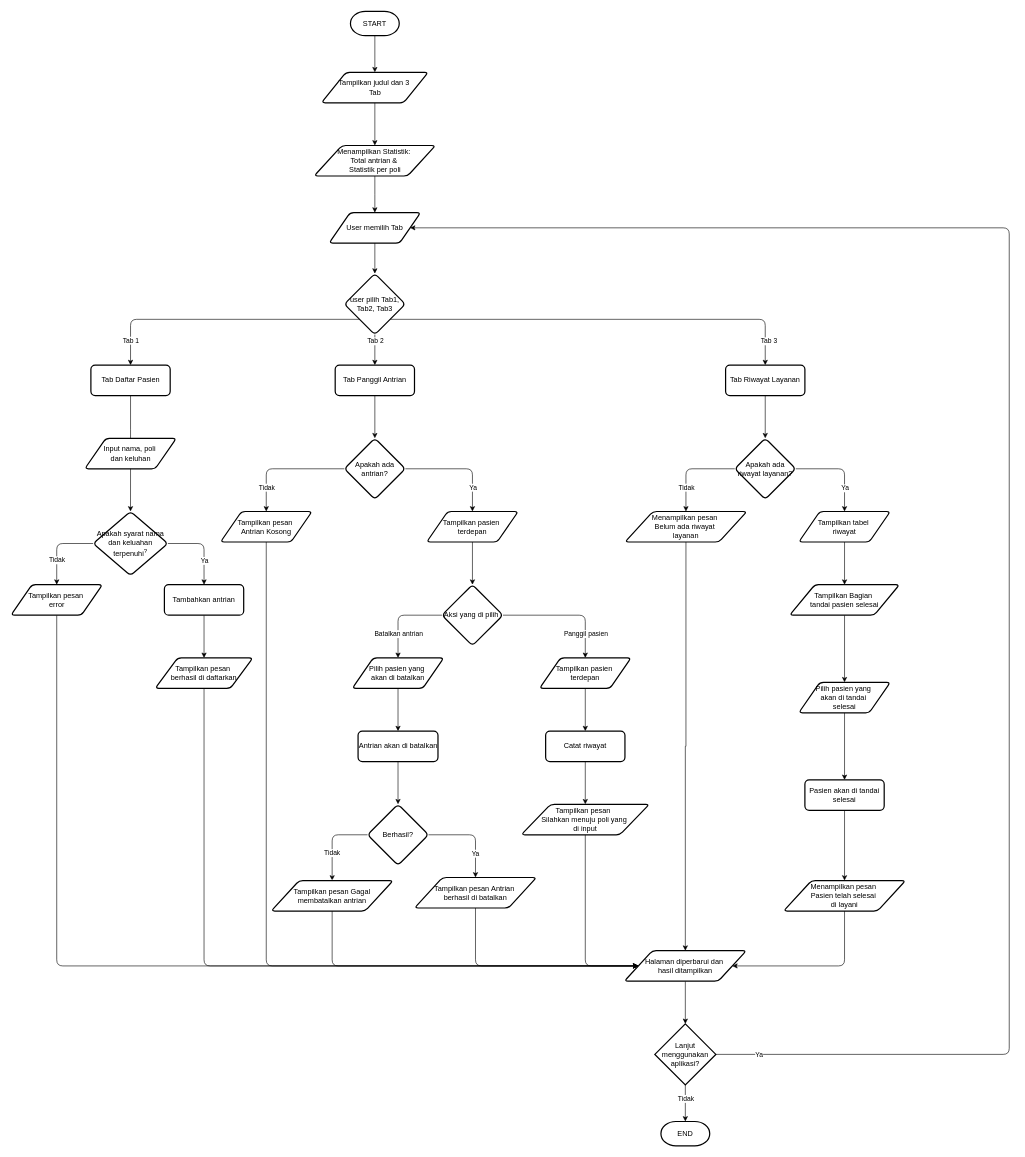
The draw.io diagram Flowchart app.drawio in Zaynn-SSS/Flowchart-Project-DASPRO, before the edit. Source tidied: cells renumbered, new cells numbered last; positions are measured from the earlier drawing's top-left corner, leaving out a move shared by most shapes. Both pictures are drawn from the tidied source at 61%, with x=0, y=0 at pixel (11, 11).
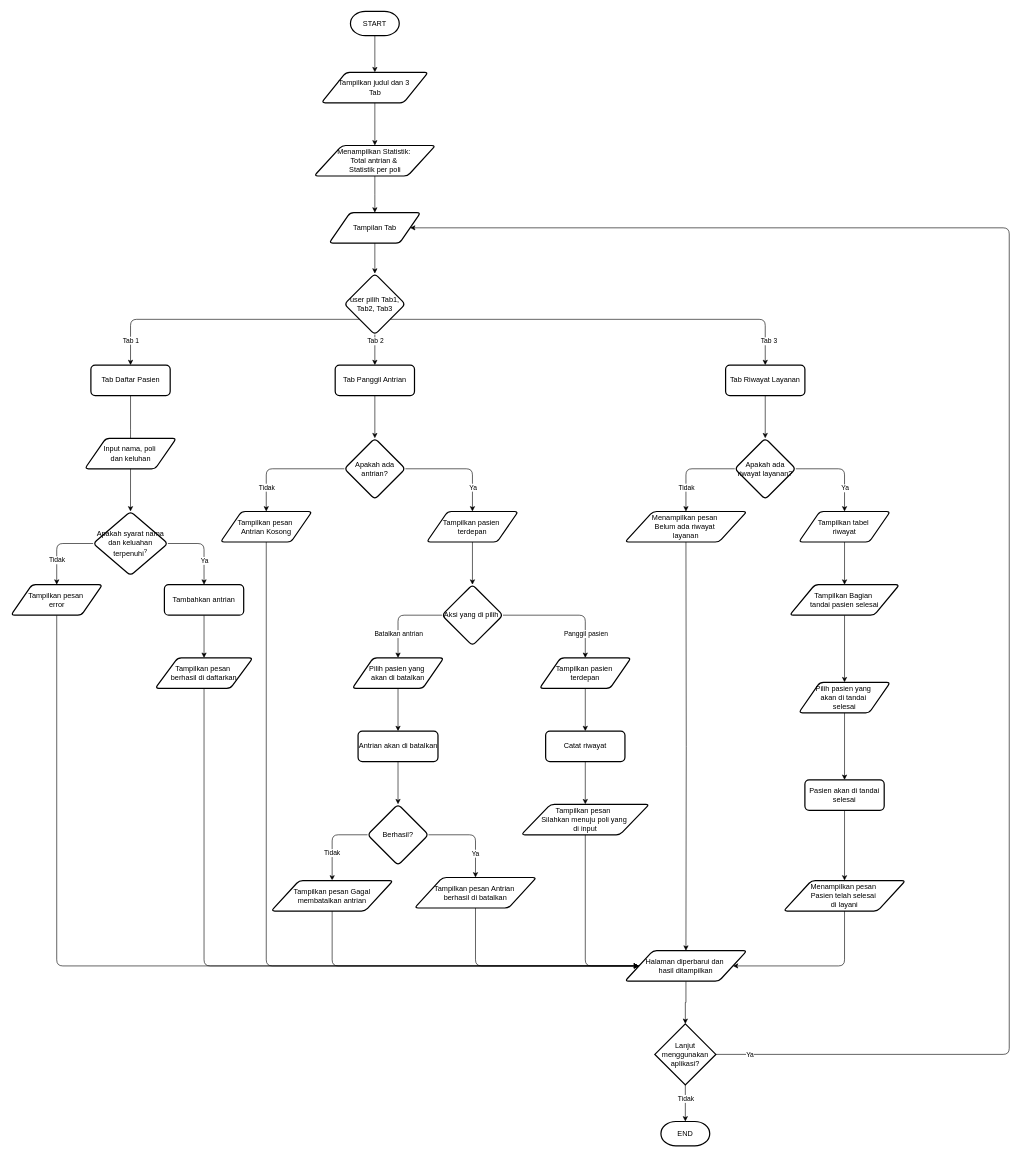
The same diagram, later.

Unchanged cells that the change refers to:
```xml
<mxCell id="79" value="Menampilkan pesan&amp;nbsp;&lt;div&gt;Belum ada riwayat&amp;nbsp;&lt;/div&gt;&lt;div&gt;layanan&lt;/div&gt;" style="shape=parallelogram;html=1;strokeWidth=2;perimeter=parallelogramPerimeter;whiteSpace=wrap;rounded=1;arcSize=12;size=0.23;" parent="1" vertex="1">
  <mxGeometry x="1006" y="820" width="200" height="50" as="geometry" />
</mxCell>
<mxCell id="82" style="edgeStyle=orthogonalEdgeStyle;rounded=1;jettySize=auto;html=1;exitX=1;exitY=0.5;exitDx=0;exitDy=0;exitPerimeter=0;entryX=1;entryY=0.5;entryDx=0;entryDy=0;defaultLabelBackgroundColor=page;curved=0;" parent="1" edge="1" source="81" target="93">
  <mxGeometry x="-0.07" relative="1" as="geometry">
    <Array as="points">
      <mxPoint x="1636" y="1710" />
      <mxPoint x="1636" y="355" />
    </Array>
  </mxGeometry>
</mxCell>
```

Diff of the diagram source:
```diff
@@
     <mxCell id="77" value="Halaman diperbarui dan&amp;nbsp;&lt;div&gt;hasil ditampilkan&lt;/div&gt;" style="shape=parallelogram;html=1;strokeWidth=2;perimeter=parallelogramPerimeter;whiteSpace=wrap;rounded=1;arcSize=12;size=0.23;" parent="1" vertex="1">
-      <mxGeometry x="1005" y="1540" width="200" height="50" as="geometry" />
+      <mxGeometry x="1006" y="1540" width="200" height="50" as="geometry" />
     </mxCell>
-    <mxCell id="78" style="edgeStyle=orthogonalEdgeStyle;rounded=0;jettySize=auto;html=1;exitX=0.5;exitY=1;exitDx=0;exitDy=0;entryX=0.5;entryY=0;entryDx=0;entryDy=0;defaultLabelBackgroundColor=page;" parent="1" edge="1" source="79" target="77">
-      <mxGeometry relative="1" as="geometry" />
-    </mxCell>
+    <mxCell id="94" style="edgeStyle=orthogonalEdgeStyle;rounded=0;jettySize=auto;html=1;exitX=0.5;exitY=1;exitDx=0;exitDy=0;entryX=0.5;entryY=0;entryDx=0;entryDy=0;defaultLabelBackgroundColor=page;" parent="1" edge="1" target="77">
+      <mxGeometry relative="1" as="geometry">
+        <mxPoint x="1106" y="870" as="sourcePoint" />
+      </mxGeometry>
+    </mxCell>
@@
     <mxCell id="83" value="Ya" style="edgeLabel;html=1;align=center;verticalAlign=middle;inheritText=1;defaultLabelBackgroundColor=page;" parent="82" vertex="1">
-      <mxGeometry x="-0.95" y="1" relative="1" as="geometry" />
+      <mxGeometry x="-0.95" y="1" relative="1" as="geometry">
+        <mxPoint x="-15" y="1" as="offset" />
+      </mxGeometry>
     </mxCell>
@@
-    <mxCell id="93" value="User memilih Tab" style="shape=parallelogram;html=1;strokeWidth=2;perimeter=parallelogramPerimeter;whiteSpace=wrap;rounded=1;arcSize=12;size=0.23;" parent="1" vertex="1">
+    <mxCell id="93" value="Tampilan Tab" style="shape=parallelogram;html=1;strokeWidth=2;perimeter=parallelogramPerimeter;whiteSpace=wrap;rounded=1;arcSize=12;size=0.23;" parent="1" vertex="1">
       <mxGeometry x="521" y="330" width="150" height="50" as="geometry" />
     </mxCell>
```
